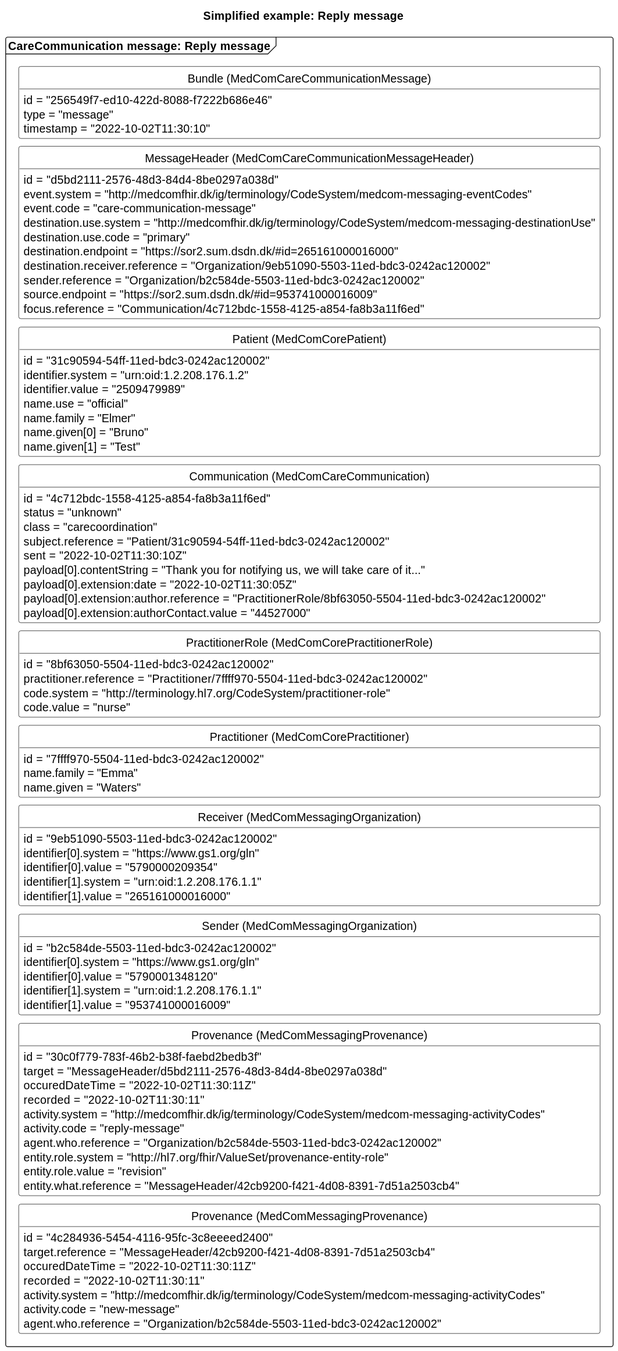
medcomdk/dk-medcom-carecommunication keeps this PlantUML diagram as docs/assets/images/CCreplyMessage.svg. Above is the earlier version. The source it was exported from:
```plantuml
@startuml CCreplyMessage

skinparam class {
    BackgroundColor White
    BorderColor Black
    ArrowColor Black
  }
hide circle
hide empty members
skinparam SameClassWidth true
skinparam Ranksep 10


title Simplified example: Reply message

package "CareCommunication message: Reply message" as reply <<Frame>>{
    class "Bundle (MedComCareCommunicationMessage)" as replyB {
        id = "256549f7-ed10-422d-8088-f7222b686e46"
        type = "message"
        timestamp = "2022-10-02T11:30:10"
    }
    class "MessageHeader (MedComCareCommunicationMessageHeader)" as replyMH{
        id = "d5bd2111-2576-48d3-84d4-8be0297a038d"
        event.system = "http://medcomfhir.dk/ig/terminology/CodeSystem/medcom-messaging-eventCodes"
        event.code = "care-communication-message"
        destination.use.system = "http://medcomfhir.dk/ig/terminology/CodeSystem/medcom-messaging-destinationUse"
        destination.use.code = "primary"
        destination.endpoint = "https://sor2.sum.dsdn.dk/#id=265161000016000"
        destination.receiver.reference = "Organization/9eb51090-5503-11ed-bdc3-0242ac120002"
        sender.reference = "Organization/b2c584de-5503-11ed-bdc3-0242ac120002"
        source.endpoint = "https://sor2.sum.dsdn.dk/#id=953741000016009"
        focus.reference = "Communication/4c712bdc-1558-4125-a854-fa8b3a11f6ed"
    }
    class "Patient (MedComCorePatient)" as replyPT{
        id = "31c90594-54ff-11ed-bdc3-0242ac120002"
        identifier.system = "urn:oid:1.2.208.176.1.2"
        identifier.value = "2509479989"
        name.use = "official"
        name.family = "Elmer"
        name.given[0] = "Bruno"
        name.given[1] = "Test"
    }
    class "Communication (MedComCareCommunication)" as replyCom{
        id = "4c712bdc-1558-4125-a854-fa8b3a11f6ed"
        status = "unknown"
        class = "carecoordination"
        subject.reference = "Patient/31c90594-54ff-11ed-bdc3-0242ac120002"
        sent = "2022-10-02T11:30:10Z"
        payload[0].contentString = "Thank you for notifying us, we will take care of it..."
        payload[0].extension:date = "2022-10-02T11:30:05Z"
        payload[0].extension:author.reference = "PractitionerRole/8bf63050-5504-11ed-bdc3-0242ac120002"
        payload[0].extension:authorContact.value = "44527000"
    }
    class "PractitionerRole (MedComCorePractitionerRole)" as replyPracR{
        id = "8bf63050-5504-11ed-bdc3-0242ac120002"
        practitioner.reference = "Practitioner/7ffff970-5504-11ed-bdc3-0242ac120002"
        code.system = "http://terminology.hl7.org/CodeSystem/practitioner-role"
        code.value = "nurse"
    }
    class "Practitioner (MedComCorePractitioner)" as replyPrac{
        id = "7ffff970-5504-11ed-bdc3-0242ac120002"
        name.family = "Emma"
        name.given = "Waters"
    }
    class "Receiver (MedComMessagingOrganization)" as replyROrg{
        id = "9eb51090-5503-11ed-bdc3-0242ac120002"
        identifier[0].system = "https://www.gs1.org/gln"
        identifier[0].value = "5790000209354"
        identifier[1].system = "urn:oid:1.2.208.176.1.1"
        identifier[1].value = "265161000016000"
    }
    class "Sender (MedComMessagingOrganization)" as replySOrg{
        id = "b2c584de-5503-11ed-bdc3-0242ac120002"
        identifier[0].system = "https://www.gs1.org/gln"
        identifier[0].value = "5790001348120"
        identifier[1].system = "urn:oid:1.2.208.176.1.1"
        identifier[1].value = "953741000016009"
    }
    class "Provenance (MedComMessagingProvenance)" as replyPRO{
        id = "30c0f779-783f-46b2-b38f-faebd2bedb3f"
        target = "MessageHeader/d5bd2111-2576-48d3-84d4-8be0297a038d"
        occuredDateTime = "2022-10-02T11:30:11Z"
        recorded = "2022-10-02T11:30:11"
        activity.system = "http://medcomfhir.dk/ig/terminology/CodeSystem/medcom-messaging-activityCodes"
        activity.code = "reply-message"
        agent.who.reference = "Organization/b2c584de-5503-11ed-bdc3-0242ac120002"
        entity.role.system = "http://hl7.org/fhir/ValueSet/provenance-entity-role"
        entity.role.value = "revision"
        entity.what.reference = "MessageHeader/42cb9200-f421-4d08-8391-7d51a2503cb4"
    }
    class "Provenance (MedComMessagingProvenance)" as newPRO{
        id = "4c284936-5454-4116-95fc-3c8eeeed2400"
        target.reference = "MessageHeader/42cb9200-f421-4d08-8391-7d51a2503cb4"
        occuredDateTime = "2022-10-02T11:30:11Z"
        recorded = "2022-10-02T11:30:11"
        activity.system = "http://medcomfhir.dk/ig/terminology/CodeSystem/medcom-messaging-activityCodes"
        activity.code = "new-message"
        agent.who.reference = "Organization/b2c584de-5503-11ed-bdc3-0242ac120002"
    }

replyB -[hidden]- replyMH
replyMH -[hidden]-replyPT
replyPT-[hidden]-replyCom
replyCom -[hidden]-replyPracR
replyPracR-[hidden]-replyPrac
replyPrac-[hidden]-replyROrg
replyROrg-[hidden]- replySOrg
replySOrg-[hidden]-replyPRO
replyPRO-[hidden]-newPRO


@enduml
```
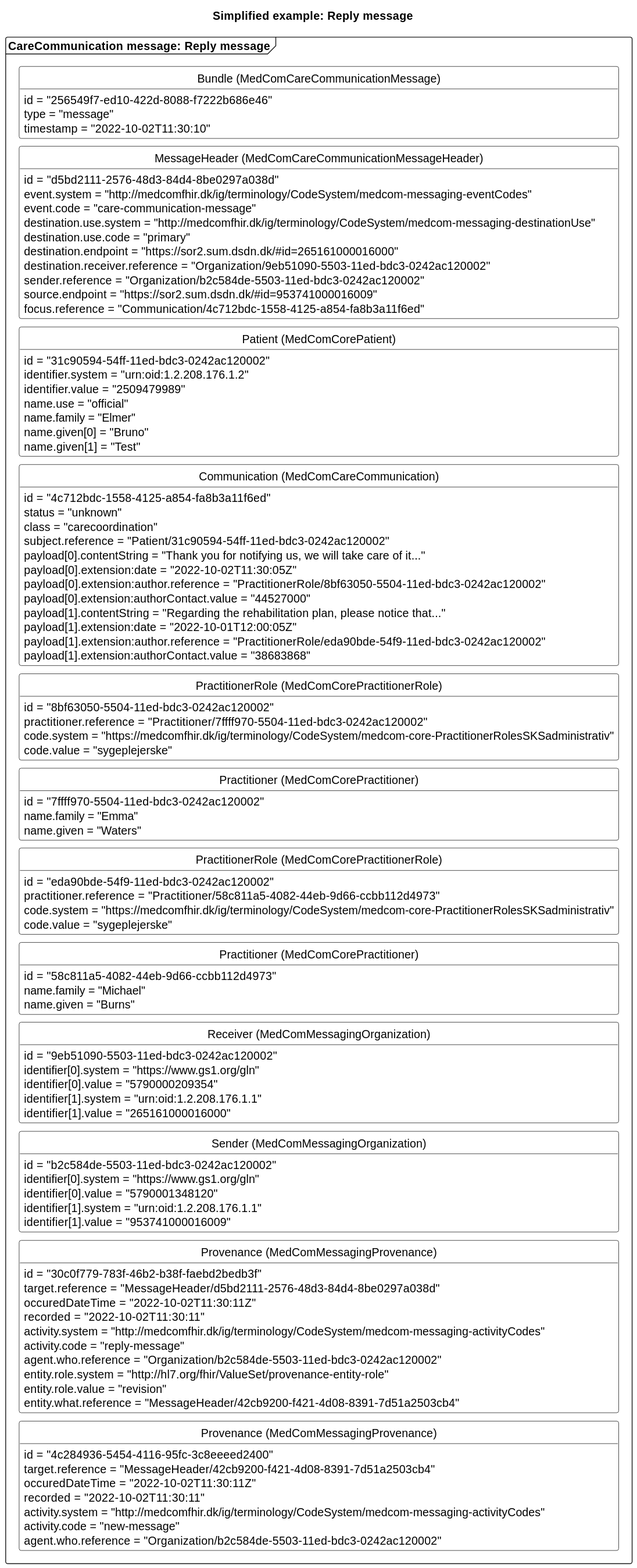
The same file after the commit.

The edit, as a diff of the source:
```diff
@@ -45,22 +45,36 @@
         status = "unknown"
         class = "carecoordination"
         subject.reference = "Patient/31c90594-54ff-11ed-bdc3-0242ac120002"
-        sent = "2022-10-02T11:30:10Z"
         payload[0].contentString = "Thank you for notifying us, we will take care of it..."
         payload[0].extension:date = "2022-10-02T11:30:05Z"
         payload[0].extension:author.reference = "PractitionerRole/8bf63050-5504-11ed-bdc3-0242ac120002"
         payload[0].extension:authorContact.value = "44527000"
+        payload[1].contentString = "Regarding the rehabilitation plan, please notice that..."
+        payload[1].extension:date = "2022-10-01T12:00:05Z"
+        payload[1].extension:author.reference = "PractitionerRole/eda90bde-54f9-11ed-bdc3-0242ac120002"
+        payload[1].extension:authorContact.value = "38683868"
     }
     class "PractitionerRole (MedComCorePractitionerRole)" as replyPracR{
         id = "8bf63050-5504-11ed-bdc3-0242ac120002"
         practitioner.reference = "Practitioner/7ffff970-5504-11ed-bdc3-0242ac120002"
-        code.system = "http://terminology.hl7.org/CodeSystem/practitioner-role"
-        code.value = "nurse"
+        code.system = "https://medcomfhir.dk/ig/terminology/CodeSystem/medcom-core-PractitionerRolesSKSadministrativ"
+        code.value = "sygeplejerske"
     }
     class "Practitioner (MedComCorePractitioner)" as replyPrac{
         id = "7ffff970-5504-11ed-bdc3-0242ac120002"
         name.family = "Emma"
         name.given = "Waters"
+    }
+    class "PractitionerRole (MedComCorePractitionerRole)" as newPracR{
+        id = "eda90bde-54f9-11ed-bdc3-0242ac120002"
+        practitioner.reference = "Practitioner/58c811a5-4082-44eb-9d66-ccbb112d4973"
+        code.system = "https://medcomfhir.dk/ig/terminology/CodeSystem/medcom-core-PractitionerRolesSKSadministrativ"
+        code.value = "sygeplejerske"
+    }
+    class "Practitioner (MedComCorePractitioner)" as newPrac{
+        id = "58c811a5-4082-44eb-9d66-ccbb112d4973"
+        name.family = "Michael"
+        name.given = "Burns"
     }
     class "Receiver (MedComMessagingOrganization)" as replyROrg{
         id = "9eb51090-5503-11ed-bdc3-0242ac120002"
@@ -78,7 +92,7 @@
     }
     class "Provenance (MedComMessagingProvenance)" as replyPRO{
         id = "30c0f779-783f-46b2-b38f-faebd2bedb3f"
-        target = "MessageHeader/d5bd2111-2576-48d3-84d4-8be0297a038d"
+        target.reference = "MessageHeader/d5bd2111-2576-48d3-84d4-8be0297a038d"
         occuredDateTime = "2022-10-02T11:30:11Z"
         recorded = "2022-10-02T11:30:11"
         activity.system = "http://medcomfhir.dk/ig/terminology/CodeSystem/medcom-messaging-activityCodes"
@@ -103,7 +117,9 @@
 replyPT-[hidden]-replyCom
 replyCom -[hidden]-replyPracR
 replyPracR-[hidden]-replyPrac
-replyPrac-[hidden]-replyROrg
+replyPrac-[hidden]-newPracR
+newPracR-[hidden]-newPrac
+newPrac-[hidden]-replyROrg
 replyROrg-[hidden]- replySOrg
 replySOrg-[hidden]-replyPRO
 replyPRO-[hidden]-newPRO
```
